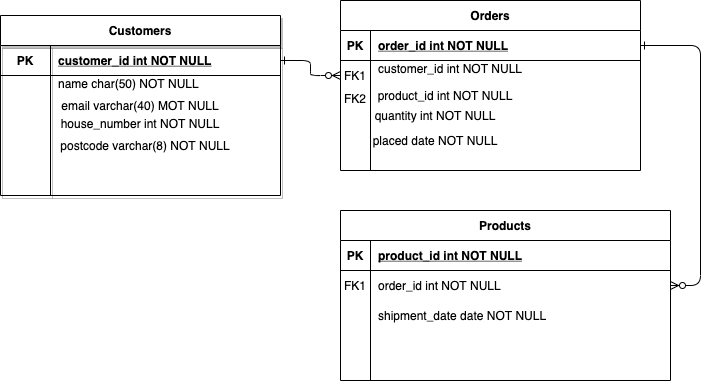
Before: ERDdiagramdrawio.png, a diagram exported from draw.io (Sehrish88/ERDdiagram). Source tidied: cells renumbered, new cells last; positions are measured from the earlier drawing's top-left corner, leaving out a move shared by most shapes.
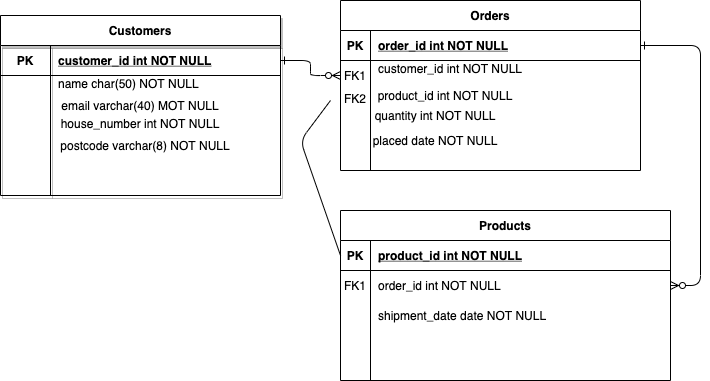
The same file after the commit.

Commit message:
Update ERDdiagramdrawio.png add arrow connecting order foreign key to product primary key

Diff of the diagram source:
```diff
@@ -110,5 +110,13 @@
     <mxCell id="37" value="product_id int NOT NULL&lt;br&gt;" style="text;html=1;strokeColor=none;fillColor=none;align=center;verticalAlign=middle;whiteSpace=wrap;rounded=0;shadow=1;" parent="1" vertex="1">
       <mxGeometry x="370" y="90" width="150" height="10" as="geometry" />
     </mxCell>
+    <mxCell id="38" style="endArrow=none;html=1;exitX=0;exitY=0.5;exitDx=0;exitDy=0;" parent="1" edge="1" source="15">
+      <mxGeometry relative="1" as="geometry">
+        <mxPoint x="330" y="100" as="targetPoint" />
+        <Array as="points">
+          <mxPoint x="300" y="140" />
+        </Array>
+      </mxGeometry>
+    </mxCell>
   </root>
 </mxGraphModel>
```
